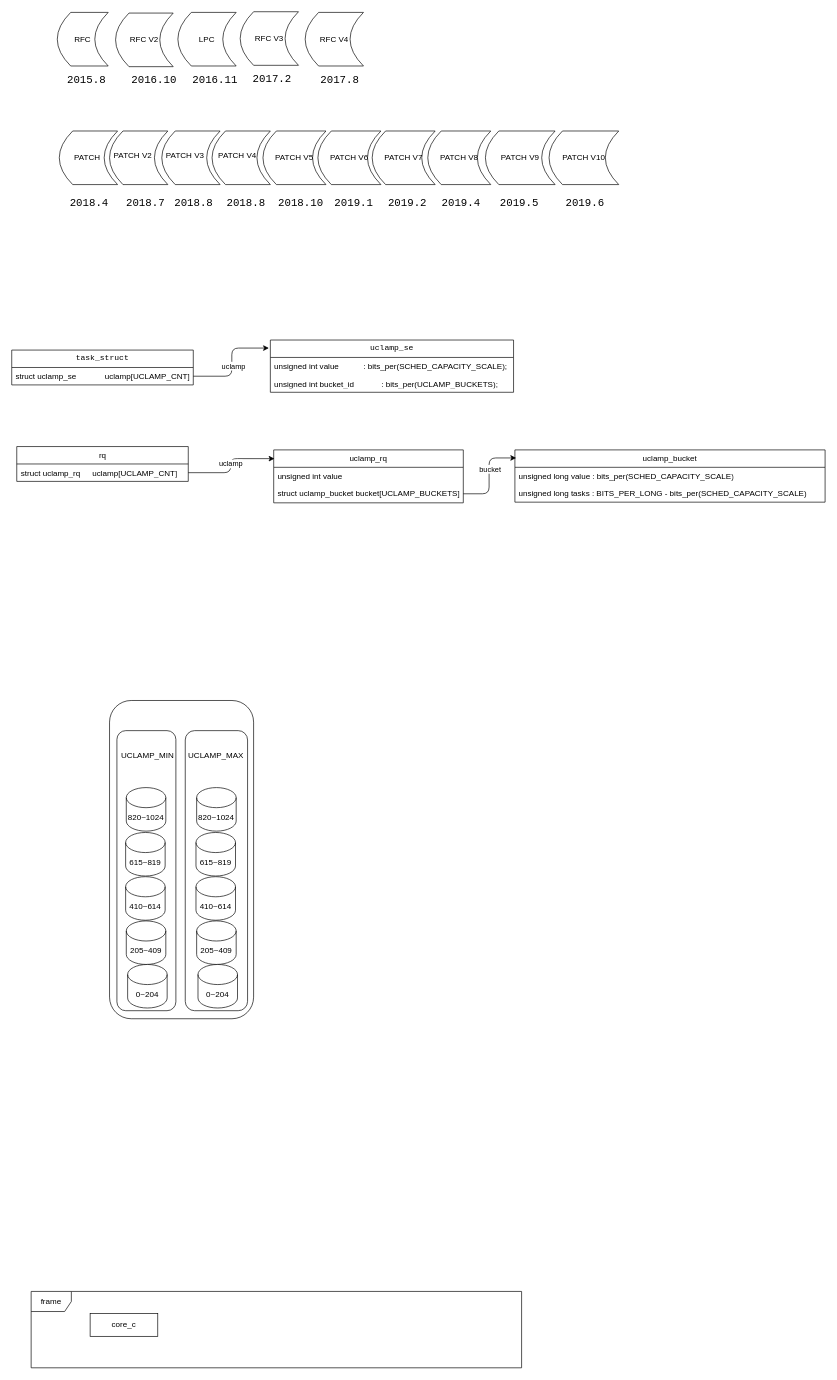
This is uclamp.drawio from jasonactions/graph, a draw.io file, before an edit. Source tidied: cells renumbered, new cells numbered last; positions are measured from the earlier drawing's top-left corner, leaving out a move shared by most shapes. Both pictures are drawn from the tidied source at 67%, with x=0, y=0 at pixel (11, 11).
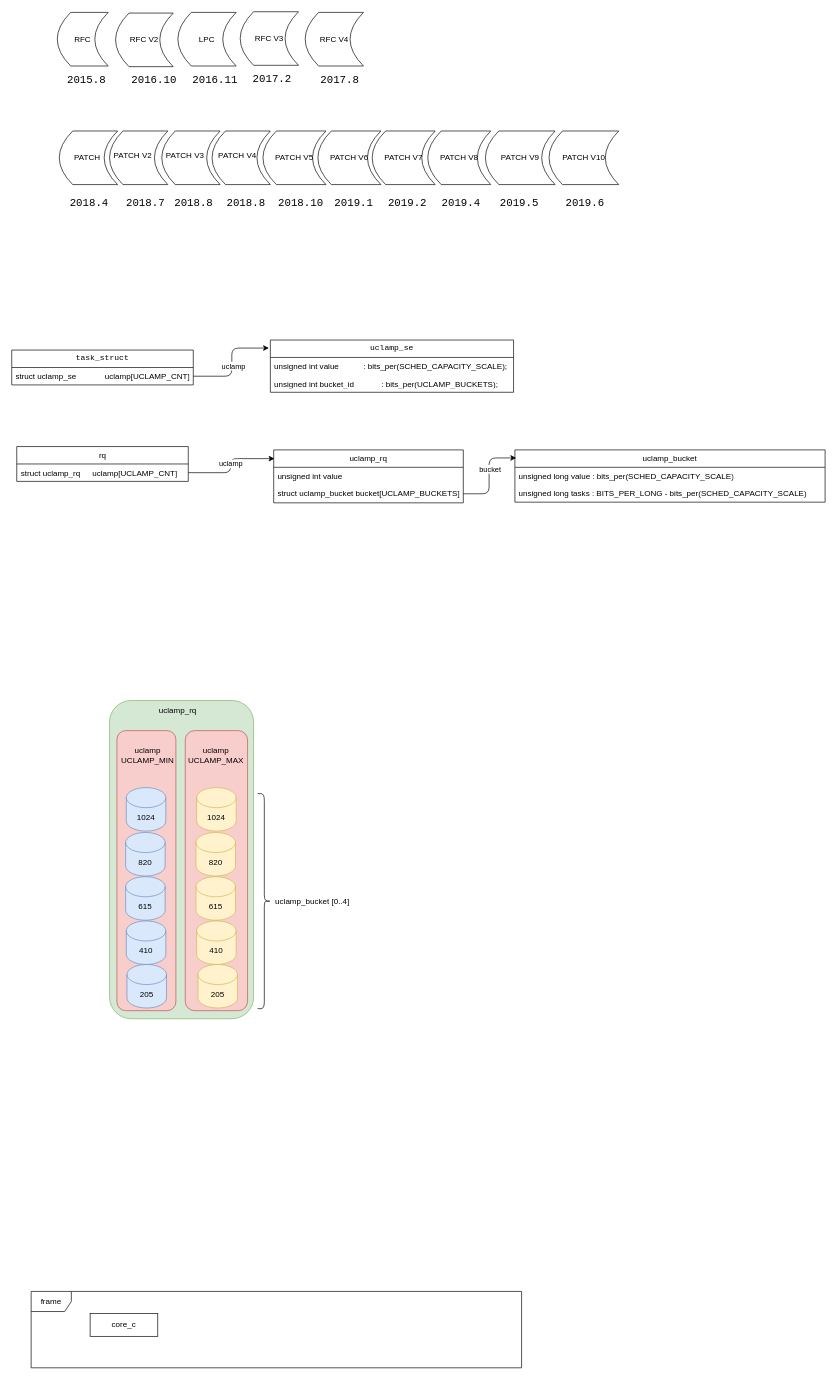
The same diagram, later.

What changed in the source:
```diff
@@
-    <mxCell id="2" style="rounded=1;whiteSpace=wrap;html=1;" parent="1" vertex="1">
+    <mxCell id="2" style="rounded=1;whiteSpace=wrap;html=1;fillColor=#d5e8d4;strokeColor=#82b366;" parent="1" vertex="1">
       <mxGeometry x="146" y="1028" width="215" height="475" as="geometry" />
     </mxCell>
@@
-    <mxCell id="57" style="rounded=1;whiteSpace=wrap;html=1;" parent="1" vertex="1">
+    <mxCell id="57" style="rounded=1;whiteSpace=wrap;html=1;fillColor=#f8cecc;strokeColor=#b85450;" parent="1" vertex="1">
       <mxGeometry x="157" y="1073" width="88" height="418" as="geometry" />
     </mxCell>
-    <mxCell id="58" value="820~1024" style="shape=cylinder3;whiteSpace=wrap;html=1;boundedLbl=1;backgroundOutline=1;size=15;" parent="1" vertex="1">
+    <mxCell id="58" value="1024" style="shape=cylinder3;whiteSpace=wrap;html=1;boundedLbl=1;backgroundOutline=1;size=15;fillColor=#dae8fc;strokeColor=#6c8ebf;" parent="1" vertex="1">
       <mxGeometry x="171" y="1158" width="59" height="65" as="geometry" />
     </mxCell>
-    <mxCell id="59" value="615~819" style="shape=cylinder3;whiteSpace=wrap;html=1;boundedLbl=1;backgroundOutline=1;size=15;" parent="1" vertex="1">
+    <mxCell id="59" value="820" style="shape=cylinder3;whiteSpace=wrap;html=1;boundedLbl=1;backgroundOutline=1;size=15;fillColor=#dae8fc;strokeColor=#6c8ebf;" parent="1" vertex="1">
       <mxGeometry x="170" y="1225" width="59" height="65" as="geometry" />
     </mxCell>
-    <mxCell id="60" value="410~614" style="shape=cylinder3;whiteSpace=wrap;html=1;boundedLbl=1;backgroundOutline=1;size=15;" parent="1" vertex="1">
+    <mxCell id="60" value="615" style="shape=cylinder3;whiteSpace=wrap;html=1;boundedLbl=1;backgroundOutline=1;size=15;fillColor=#dae8fc;strokeColor=#6c8ebf;" parent="1" vertex="1">
       <mxGeometry x="170" y="1291" width="59" height="65" as="geometry" />
     </mxCell>
-    <mxCell id="61" value="205~409" style="shape=cylinder3;whiteSpace=wrap;html=1;boundedLbl=1;backgroundOutline=1;size=15;" parent="1" vertex="1">
+    <mxCell id="61" value="410" style="shape=cylinder3;whiteSpace=wrap;html=1;boundedLbl=1;backgroundOutline=1;size=15;fillColor=#dae8fc;strokeColor=#6c8ebf;" parent="1" vertex="1">
       <mxGeometry x="171" y="1357" width="59" height="65" as="geometry" />
     </mxCell>
-    <mxCell id="62" value="0~204" style="shape=cylinder3;whiteSpace=wrap;html=1;boundedLbl=1;backgroundOutline=1;size=15;" parent="1" vertex="1">
-      <mxGeometry x="173" y="1422" width="59" height="65" as="geometry" />
+    <mxCell id="62" value="205" style="shape=cylinder3;whiteSpace=wrap;html=1;boundedLbl=1;backgroundOutline=1;size=15;fillColor=#dae8fc;strokeColor=#6c8ebf;" parent="1" vertex="1">
+      <mxGeometry x="172" y="1422" width="59" height="65" as="geometry" />
     </mxCell>
-    <mxCell id="63" style="rounded=1;whiteSpace=wrap;html=1;" parent="1" vertex="1">
+    <mxCell id="63" style="rounded=1;whiteSpace=wrap;html=1;fillColor=#f8cecc;strokeColor=#b85450;" parent="1" vertex="1">
       <mxGeometry x="259" y="1073" width="93" height="418" as="geometry" />
     </mxCell>
-    <mxCell id="64" value="820~1024" style="shape=cylinder3;whiteSpace=wrap;html=1;boundedLbl=1;backgroundOutline=1;size=15;" parent="1" vertex="1">
+    <mxCell id="64" value="1024" style="shape=cylinder3;whiteSpace=wrap;html=1;boundedLbl=1;backgroundOutline=1;size=15;fillColor=#fff2cc;strokeColor=#d6b656;" parent="1" vertex="1">
       <mxGeometry x="276" y="1158" width="59" height="65" as="geometry" />
     </mxCell>
-    <mxCell id="65" value="615~819" style="shape=cylinder3;whiteSpace=wrap;html=1;boundedLbl=1;backgroundOutline=1;size=15;" parent="1" vertex="1">
+    <mxCell id="65" value="820" style="shape=cylinder3;whiteSpace=wrap;html=1;boundedLbl=1;backgroundOutline=1;size=15;fillColor=#fff2cc;strokeColor=#d6b656;" parent="1" vertex="1">
       <mxGeometry x="275" y="1225" width="59" height="65" as="geometry" />
     </mxCell>
-    <mxCell id="66" value="410~614" style="shape=cylinder3;whiteSpace=wrap;html=1;boundedLbl=1;backgroundOutline=1;size=15;" parent="1" vertex="1">
+    <mxCell id="66" value="615" style="shape=cylinder3;whiteSpace=wrap;html=1;boundedLbl=1;backgroundOutline=1;size=15;fillColor=#fff2cc;strokeColor=#d6b656;" parent="1" vertex="1">
       <mxGeometry x="275" y="1291" width="59" height="65" as="geometry" />
     </mxCell>
-    <mxCell id="67" value="205~409" style="shape=cylinder3;whiteSpace=wrap;html=1;boundedLbl=1;backgroundOutline=1;size=15;" parent="1" vertex="1">
+    <mxCell id="67" value="410" style="shape=cylinder3;whiteSpace=wrap;html=1;boundedLbl=1;backgroundOutline=1;size=15;fillColor=#fff2cc;strokeColor=#d6b656;" parent="1" vertex="1">
       <mxGeometry x="276" y="1357" width="59" height="65" as="geometry" />
     </mxCell>
-    <mxCell id="68" value="0~204" style="shape=cylinder3;whiteSpace=wrap;html=1;boundedLbl=1;backgroundOutline=1;size=15;" parent="1" vertex="1">
+    <mxCell id="68" value="205" style="shape=cylinder3;whiteSpace=wrap;html=1;boundedLbl=1;backgroundOutline=1;size=15;fillColor=#fff2cc;strokeColor=#d6b656;" parent="1" vertex="1">
       <mxGeometry x="278" y="1422" width="59" height="65" as="geometry" />
     </mxCell>
-    <mxCell id="69" value="UCLAMP_MIN" style="text;html=1;align=center;verticalAlign=middle;whiteSpace=wrap;rounded=0;" parent="1" vertex="1">
+    <mxCell id="69" value="uclamp&lt;div&gt;UCLAMP_MIN&lt;/div&gt;" style="text;html=1;align=center;verticalAlign=middle;whiteSpace=wrap;rounded=0;" parent="1" vertex="1">
       <mxGeometry x="163.5" y="1095" width="78" height="30" as="geometry" />
     </mxCell>
-    <mxCell id="70" value="UCLAMP_MAX" style="text;html=1;align=center;verticalAlign=middle;whiteSpace=wrap;rounded=0;" parent="1" vertex="1">
+    <mxCell id="70" value="uclamp&lt;div&gt;UCLAMP_MAX&lt;/div&gt;" style="text;html=1;align=center;verticalAlign=middle;whiteSpace=wrap;rounded=0;" parent="1" vertex="1">
       <mxGeometry x="263.5" y="1095" width="82" height="30" as="geometry" />
     </mxCell>
+    <mxCell id="71" value="uclamp_rq" style="text;html=1;align=center;verticalAlign=middle;whiteSpace=wrap;rounded=0;" parent="1" vertex="1">
+      <mxGeometry x="218" y="1028" width="60" height="30" as="geometry" />
+    </mxCell>
+    <mxCell id="72" style="shape=curlyBracket;whiteSpace=wrap;html=1;rounded=1;flipH=1;labelPosition=right;verticalLabelPosition=middle;align=left;verticalAlign=middle;" parent="1" vertex="1">
+      <mxGeometry x="367" y="1167" width="20" height="321" as="geometry" />
+    </mxCell>
+    <mxCell id="73" value="&lt;span style=&quot;text-align: left;&quot;&gt;uclamp_bucket&amp;nbsp;&lt;/span&gt;[0..4]" style="text;html=1;align=center;verticalAlign=middle;whiteSpace=wrap;rounded=0;" parent="1" vertex="1">
+      <mxGeometry x="391" y="1313" width="116" height="30" as="geometry" />
+    </mxCell>
```
